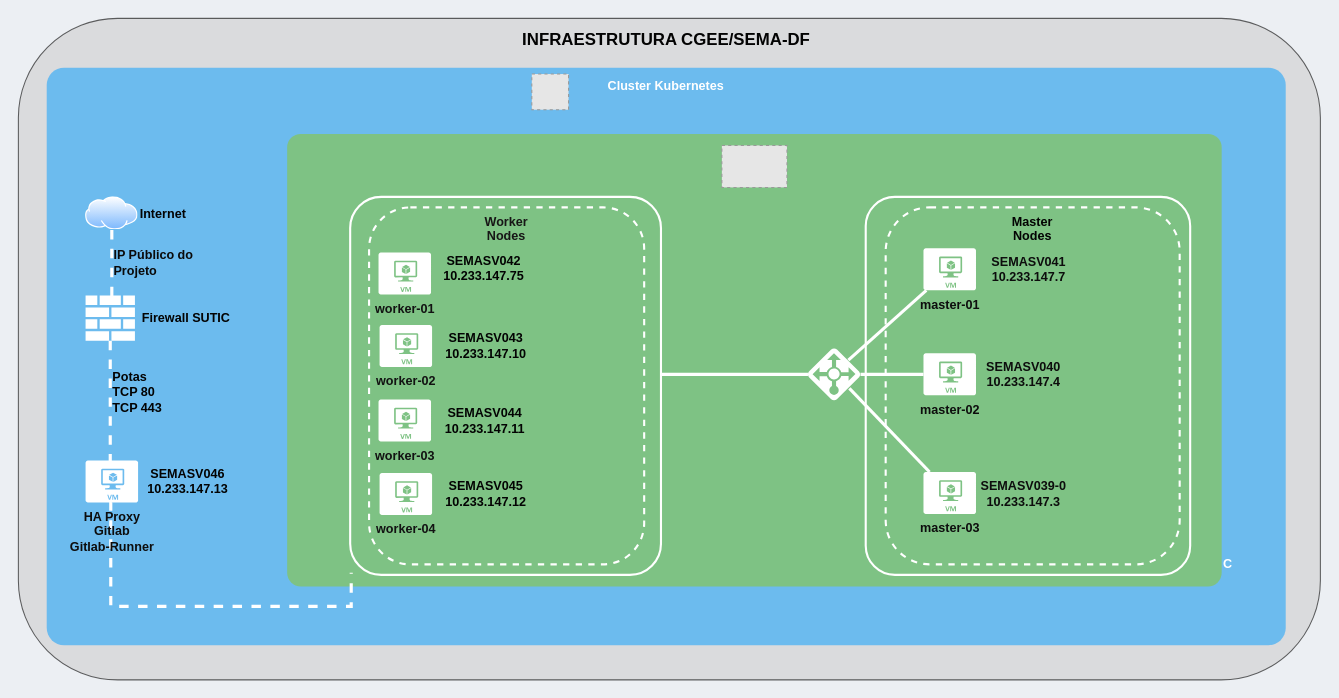
Above: infrageral-sema.drawio in dionepcs/ghkskkdhsema (draw.io), before the change. Source tidied: cells renumbered, new cells numbered last; positions are measured from the earlier drawing's top-left corner, leaving out a move shared by most shapes. Both pictures are drawn from the tidied source at 105%, with x=0, y=0 at pixel (18, 18). Pictures stored in the file or linked from it are replaced by grey dashed boxes.
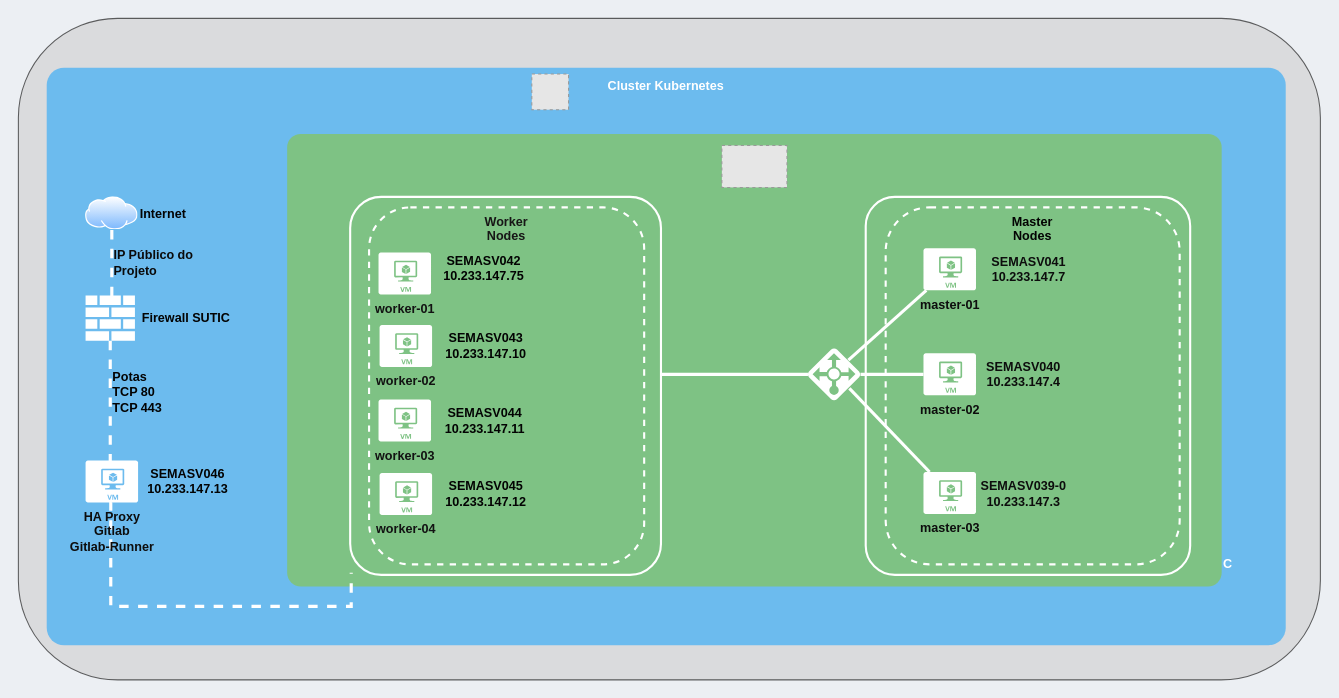
After the change.

Diff of the diagram source:
```diff
@@
-    <mxCell id="20" value="INFRAESTRUTURA CGEE/SEMA-DF&amp;nbsp;" style="text;strokeColor=none;fillColor=none;html=1;fontSize=16;fontStyle=1;verticalAlign=middle;align=center;rounded=0;shadow=0;fontColor=#030303;" parent="1" vertex="1">
-      <mxGeometry x="4" width="1230" height="40" as="geometry" />
-    </mxCell>
```
